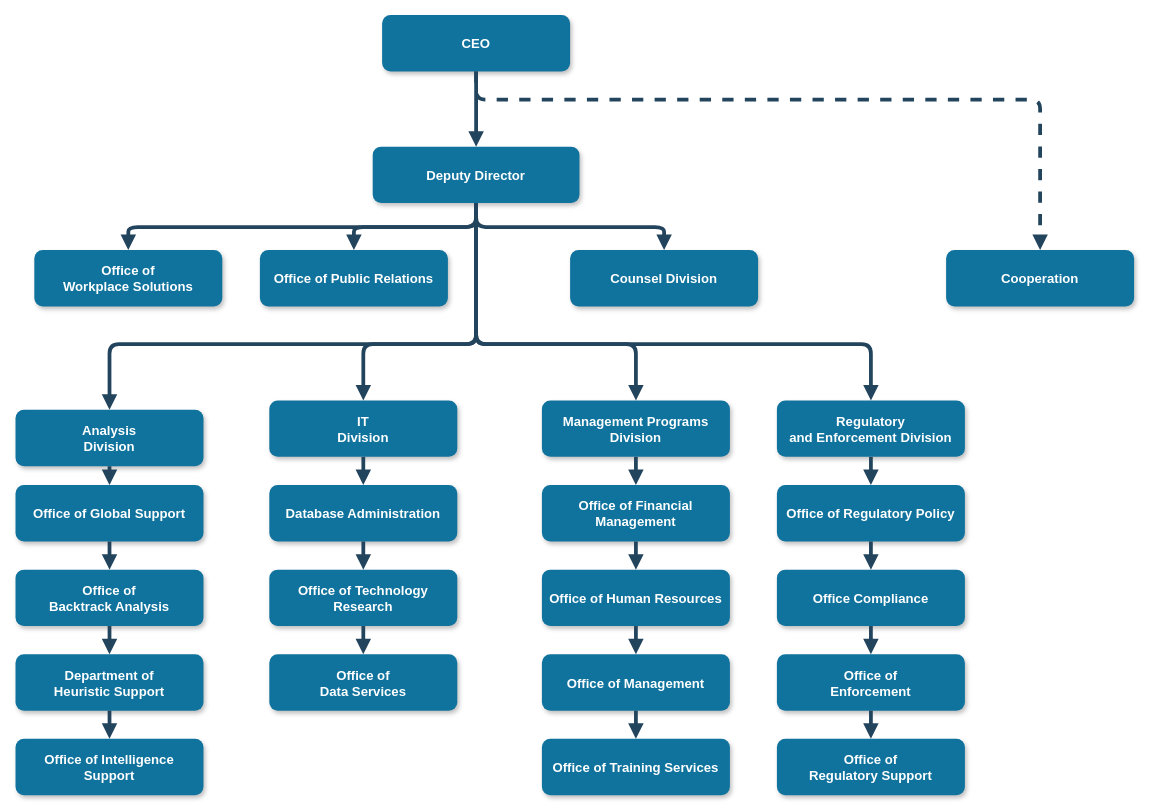
Before: Untitled Diagram.drawio in Yungdi/Yungdi.github.io, a draw.io diagram. Source tidied: cells renumbered, new cells numbered last; positions are measured from the earlier drawing's top-left corner, leaving out a move shared by most shapes. Both pictures are drawn from the tidied source at 94%, with x=0, y=0 at pixel (15, 15).
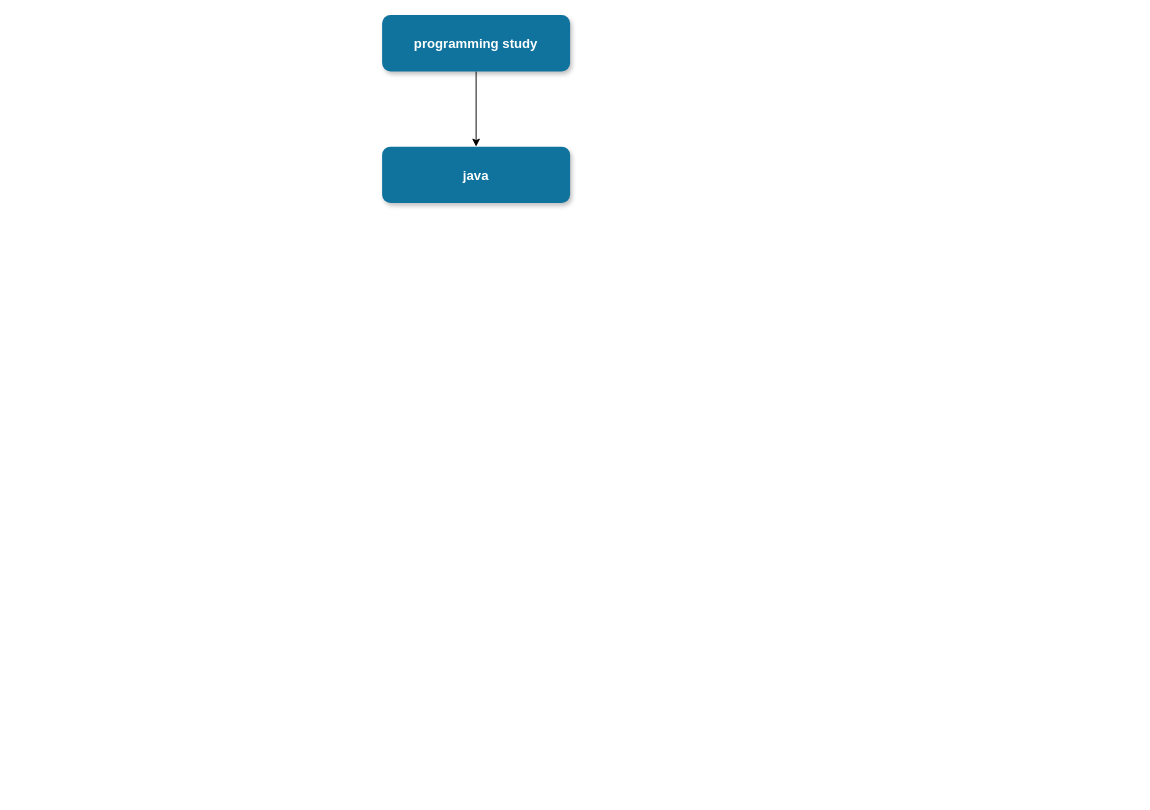
The same diagram, later.

Diff of the diagram source:
```diff
@@
+    <mxCell id="51" style="edgeStyle=orthogonalEdgeStyle;rounded=0;jettySize=auto;html=1;" parent="1" edge="1" source="2" target="52">
+      <mxGeometry relative="1" as="geometry" />
+    </mxCell>
-    <mxCell id="2" value="CEO" style="rounded=1;fillColor=#10739E;strokeColor=none;shadow=1;gradientColor=none;fontStyle=1;fontColor=#FFFFFF;fontSize=14;" parent="1" vertex="1">
+    <mxCell id="2" value="programming study" style="rounded=1;fillColor=#10739E;strokeColor=none;shadow=1;gradientColor=none;fontStyle=1;fontColor=#FFFFFF;fontSize=14;" parent="1" vertex="1">
       <mxGeometry x="390" y="-0.5" width="200" height="60" as="geometry" />
     </mxCell>
-    <mxCell id="3" value="Deputy Director" style="rounded=1;fillColor=#10739E;strokeColor=none;shadow=1;gradientColor=none;fontStyle=1;fontColor=#FFFFFF;fontSize=14;" parent="1" vertex="1">
-      <mxGeometry x="380" y="139.5" width="220" height="60" as="geometry" />
-    </mxCell>
-    <mxCell id="4" value="Office of &#10;Workplace Solutions" style="rounded=1;fillColor=#10739E;strokeColor=none;shadow=1;gradientColor=none;fontStyle=1;fontColor=#FFFFFF;fontSize=14;" parent="1" vertex="1">
-      <mxGeometry x="20" y="249.5" width="200" height="60" as="geometry" />
-    </mxCell>
-    <mxCell id="5" value="Office of Public Relations" style="rounded=1;fillColor=#10739E;strokeColor=none;shadow=1;gradientColor=none;fontStyle=1;fontColor=#FFFFFF;fontSize=14;" parent="1" vertex="1">
-      <mxGeometry x="260" y="249.5" width="200" height="60" as="geometry" />
-    </mxCell>
-    <mxCell id="6" value="Counsel Division" style="rounded=1;fillColor=#10739E;strokeColor=none;shadow=1;gradientColor=none;fontStyle=1;fontColor=#FFFFFF;fontSize=14;" parent="1" vertex="1">
-      <mxGeometry x="590" y="249.5" width="200" height="60" as="geometry" />
-    </mxCell>
-    <mxCell id="7" value="Cooperation" style="rounded=1;fillColor=#10739E;strokeColor=none;shadow=1;gradientColor=none;fontStyle=1;fontColor=#FFFFFF;fontSize=14;" parent="1" vertex="1">
-      <mxGeometry x="990" y="249.5" width="200" height="60" as="geometry" />
-    </mxCell>
-    <mxCell id="8" value="Analysis &#10;Division" style="rounded=1;fillColor=#10739E;strokeColor=none;shadow=1;gradientColor=none;fontStyle=1;fontColor=#FFFFFF;fontSize=14;" parent="1" vertex="1">
-      <mxGeometry y="419.5" width="200" height="60" as="geometry" />
-    </mxCell>
-    <mxCell id="9" value="Office of Global Support" style="rounded=1;fillColor=#10739E;strokeColor=none;shadow=1;gradientColor=none;fontStyle=1;fontColor=#FFFFFF;fontSize=14;" parent="1" vertex="1">
-      <mxGeometry y="499.5" width="200" height="60" as="geometry" />
-    </mxCell>
-    <mxCell id="10" value="Office of &#10;Backtrack Analysis" style="rounded=1;fillColor=#10739E;strokeColor=none;shadow=1;gradientColor=none;fontStyle=1;fontColor=#FFFFFF;fontSize=14;" parent="1" vertex="1">
-      <mxGeometry y="589.5" width="200" height="60" as="geometry" />
-    </mxCell>
-    <mxCell id="11" value="Department of &#10;Heuristic Support" style="rounded=1;fillColor=#10739E;strokeColor=none;shadow=1;gradientColor=none;fontStyle=1;fontColor=#FFFFFF;fontSize=14;" parent="1" vertex="1">
-      <mxGeometry y="679.5" width="200" height="60" as="geometry" />
-    </mxCell>
-    <mxCell id="12" value="Office of Intelligence &#10;Support" style="rounded=1;fillColor=#10739E;strokeColor=none;shadow=1;gradientColor=none;fontStyle=1;fontColor=#FFFFFF;fontSize=14;" parent="1" vertex="1">
-      <mxGeometry y="769.5" width="200" height="60" as="geometry" />
-    </mxCell>
-    <mxCell id="13" value="IT&#10;Division" style="rounded=1;fillColor=#10739E;strokeColor=none;shadow=1;gradientColor=none;fontStyle=1;fontColor=#FFFFFF;fontSize=14;" parent="1" vertex="1">
-      <mxGeometry x="270" y="409.5" width="200" height="60" as="geometry" />
-    </mxCell>
-    <mxCell id="14" value="Database Administration" style="rounded=1;fillColor=#10739E;strokeColor=none;shadow=1;gradientColor=none;fontStyle=1;fontColor=#FFFFFF;fontSize=14;" parent="1" vertex="1">
-      <mxGeometry x="270" y="499.5" width="200" height="60" as="geometry" />
-    </mxCell>
-    <mxCell id="15" value="Office of Technology &#10;Research" style="rounded=1;fillColor=#10739E;strokeColor=none;shadow=1;gradientColor=none;fontStyle=1;fontColor=#FFFFFF;fontSize=14;" parent="1" vertex="1">
-      <mxGeometry x="270" y="589.5" width="200" height="60" as="geometry" />
-    </mxCell>
-    <mxCell id="16" value="Office of&#10;Data Services" style="rounded=1;fillColor=#10739E;strokeColor=none;shadow=1;gradientColor=none;fontStyle=1;fontColor=#FFFFFF;fontSize=14;" parent="1" vertex="1">
-      <mxGeometry x="270" y="679.5" width="200" height="60" as="geometry" />
-    </mxCell>
-    <mxCell id="17" value="Management Programs &#10;Division" style="rounded=1;fillColor=#10739E;strokeColor=none;shadow=1;gradientColor=none;fontStyle=1;fontColor=#FFFFFF;fontSize=14;" parent="1" vertex="1">
-      <mxGeometry x="560" y="409.5" width="200" height="60" as="geometry" />
-    </mxCell>
-    <mxCell id="18" value="Office of Financial &#10;Management" style="rounded=1;fillColor=#10739E;strokeColor=none;shadow=1;gradientColor=none;fontStyle=1;fontColor=#FFFFFF;fontSize=14;" parent="1" vertex="1">
-      <mxGeometry x="560" y="499.5" width="200" height="60" as="geometry" />
-    </mxCell>
-    <mxCell id="19" value="Office of Human Resources" style="rounded=1;fillColor=#10739E;strokeColor=none;shadow=1;gradientColor=none;fontStyle=1;fontColor=#FFFFFF;fontSize=14;" parent="1" vertex="1">
-      <mxGeometry x="560" y="589.5" width="200" height="60" as="geometry" />
-    </mxCell>
-    <mxCell id="20" value="Office of Management " style="rounded=1;fillColor=#10739E;strokeColor=none;shadow=1;gradientColor=none;fontStyle=1;fontColor=#FFFFFF;fontSize=14;" parent="1" vertex="1">
-      <mxGeometry x="560" y="679.5" width="200" height="60" as="geometry" />
-    </mxCell>
-    <mxCell id="21" value="Office of Training Services" style="rounded=1;fillColor=#10739E;strokeColor=none;shadow=1;gradientColor=none;fontStyle=1;fontColor=#FFFFFF;fontSize=14;" parent="1" vertex="1">
-      <mxGeometry x="560" y="769.5" width="200" height="60" as="geometry" />
-    </mxCell>
-    <mxCell id="22" value="Regulatory &#10;and Enforcement Division" style="rounded=1;fillColor=#10739E;strokeColor=none;shadow=1;gradientColor=none;fontStyle=1;fontColor=#FFFFFF;fontSize=14;" parent="1" vertex="1">
-      <mxGeometry x="810" y="409.5" width="200" height="60" as="geometry" />
-    </mxCell>
-    <mxCell id="23" value="Office of Regulatory Policy" style="rounded=1;fillColor=#10739E;strokeColor=none;shadow=1;gradientColor=none;fontStyle=1;fontColor=#FFFFFF;fontSize=14;" parent="1" vertex="1">
-      <mxGeometry x="810" y="499.5" width="200" height="60" as="geometry" />
-    </mxCell>
-    <mxCell id="24" value="Office Compliance" style="rounded=1;fillColor=#10739E;strokeColor=none;shadow=1;gradientColor=none;fontStyle=1;fontColor=#FFFFFF;fontSize=14;" parent="1" vertex="1">
-      <mxGeometry x="810" y="589.5" width="200" height="60" as="geometry" />
-    </mxCell>
-    <mxCell id="25" value="Office of &#10;Enforcement" style="rounded=1;fillColor=#10739E;strokeColor=none;shadow=1;gradientColor=none;fontStyle=1;fontColor=#FFFFFF;fontSize=14;" parent="1" vertex="1">
-      <mxGeometry x="810" y="679.5" width="200" height="60" as="geometry" />
-    </mxCell>
-    <mxCell id="26" value="Office of&#10; Regulatory Support" style="rounded=1;fillColor=#10739E;strokeColor=none;shadow=1;gradientColor=none;fontStyle=1;fontColor=#FFFFFF;fontSize=14;" parent="1" vertex="1">
-      <mxGeometry x="810" y="769.5" width="200" height="60" as="geometry" />
-    </mxCell>
-    <mxCell id="27" style="edgeStyle=elbowEdgeStyle;elbow=vertical;strokeWidth=4;endArrow=block;endFill=1;fontStyle=1;strokeColor=#23445D;" parent="1" edge="1" source="2" target="3">
-      <mxGeometry x="22" y="165.5" as="geometry" />
-    </mxCell>
-    <mxCell id="28" style="edgeStyle=elbowEdgeStyle;elbow=vertical;strokeWidth=4;endArrow=block;endFill=1;fontStyle=1;strokeColor=#23445D;" parent="1" edge="1" source="3" target="5">
-      <mxGeometry x="22" y="165.5" as="geometry" />
-    </mxCell>
-    <mxCell id="29" style="edgeStyle=elbowEdgeStyle;elbow=vertical;strokeWidth=4;endArrow=block;endFill=1;fontStyle=1;strokeColor=#23445D;" parent="1" edge="1" source="3" target="4">
-      <mxGeometry x="22" y="165.5" as="geometry" />
-    </mxCell>
-    <mxCell id="30" style="edgeStyle=elbowEdgeStyle;elbow=vertical;strokeWidth=4;endArrow=block;endFill=1;fontStyle=1;strokeColor=#23445D;" parent="1" edge="1" source="3" target="6">
-      <mxGeometry x="22" y="165.5" as="geometry" />
-    </mxCell>
-    <mxCell id="31" style="edgeStyle=elbowEdgeStyle;elbow=vertical;strokeWidth=4;endArrow=block;endFill=1;fontStyle=1;dashed=1;strokeColor=#23445D;" parent="1" edge="1" source="2" target="7">
-      <mxGeometry x="22" y="165.5" as="geometry">
-        <Array as="points">
-          <mxPoint x="780" y="89.5" />
-        </Array>
-      </mxGeometry>
-    </mxCell>
-    <mxCell id="32" style="edgeStyle=elbowEdgeStyle;elbow=vertical;strokeWidth=4;endArrow=block;endFill=1;fontStyle=1;strokeColor=#23445D;" parent="1" edge="1" source="3" target="8">
-      <mxGeometry x="22" y="165.5" as="geometry">
-        <Array as="points">
-          <mxPoint x="270" y="349.5" />
-        </Array>
-      </mxGeometry>
-    </mxCell>
-    <mxCell id="33" style="edgeStyle=elbowEdgeStyle;elbow=vertical;strokeWidth=4;endArrow=block;endFill=1;fontStyle=1;strokeColor=#23445D;" parent="1" edge="1" source="3" target="22">
-      <mxGeometry x="22" y="165.5" as="geometry">
-        <Array as="points">
-          <mxPoint x="690" y="349.5" />
-        </Array>
-      </mxGeometry>
-    </mxCell>
-    <mxCell id="34" style="edgeStyle=elbowEdgeStyle;elbow=vertical;strokeWidth=4;endArrow=block;endFill=1;fontStyle=1;strokeColor=#23445D;" parent="1" edge="1" source="8" target="9">
-      <mxGeometry x="62" y="165.5" as="geometry" />
-    </mxCell>
-    <mxCell id="35" style="edgeStyle=elbowEdgeStyle;elbow=vertical;strokeWidth=4;endArrow=block;endFill=1;fontStyle=1;strokeColor=#23445D;" parent="1" edge="1" source="9" target="10">
-      <mxGeometry x="62" y="175.5" as="geometry" />
-    </mxCell>
-    <mxCell id="36" style="edgeStyle=elbowEdgeStyle;elbow=vertical;strokeWidth=4;endArrow=block;endFill=1;fontStyle=1;strokeColor=#23445D;" parent="1" edge="1" source="10" target="11">
-      <mxGeometry x="62" y="185.5" as="geometry" />
-    </mxCell>
-    <mxCell id="37" style="edgeStyle=elbowEdgeStyle;elbow=vertical;strokeWidth=4;endArrow=block;endFill=1;fontStyle=1;strokeColor=#23445D;" parent="1" edge="1" source="11" target="12">
-      <mxGeometry x="62" y="195.5" as="geometry" />
-    </mxCell>
-    <mxCell id="38" style="edgeStyle=elbowEdgeStyle;elbow=vertical;strokeWidth=4;endArrow=block;endFill=1;fontStyle=1;strokeColor=#23445D;" parent="1" edge="1" source="13" target="14">
-      <mxGeometry x="62" y="165.5" as="geometry" />
-    </mxCell>
-    <mxCell id="39" style="edgeStyle=elbowEdgeStyle;elbow=vertical;strokeWidth=4;endArrow=block;endFill=1;fontStyle=1;strokeColor=#23445D;" parent="1" edge="1" source="14" target="15">
-      <mxGeometry x="62" y="175.5" as="geometry" />
-    </mxCell>
-    <mxCell id="40" style="edgeStyle=elbowEdgeStyle;elbow=vertical;strokeWidth=4;endArrow=block;endFill=1;fontStyle=1;strokeColor=#23445D;" parent="1" edge="1" source="15" target="16">
-      <mxGeometry x="62" y="185.5" as="geometry" />
-    </mxCell>
-    <mxCell id="41" style="edgeStyle=elbowEdgeStyle;elbow=vertical;strokeWidth=4;endArrow=block;endFill=1;fontStyle=1;strokeColor=#23445D;" parent="1" edge="1" source="17" target="18">
-      <mxGeometry x="72" y="165.5" as="geometry" />
-    </mxCell>
-    <mxCell id="42" style="edgeStyle=elbowEdgeStyle;elbow=vertical;strokeWidth=4;endArrow=block;endFill=1;fontStyle=1;strokeColor=#23445D;" parent="1" edge="1" source="18" target="19">
-      <mxGeometry x="72" y="175.5" as="geometry" />
-    </mxCell>
-    <mxCell id="43" style="edgeStyle=elbowEdgeStyle;elbow=vertical;strokeWidth=4;endArrow=block;endFill=1;fontStyle=1;strokeColor=#23445D;" parent="1" edge="1" source="19" target="20">
-      <mxGeometry x="72" y="185.5" as="geometry" />
-    </mxCell>
-    <mxCell id="44" style="edgeStyle=elbowEdgeStyle;elbow=vertical;strokeWidth=4;endArrow=block;endFill=1;fontStyle=1;strokeColor=#23445D;" parent="1" edge="1" source="20" target="21">
-      <mxGeometry x="72" y="195.5" as="geometry" />
-    </mxCell>
-    <mxCell id="45" style="edgeStyle=elbowEdgeStyle;elbow=vertical;strokeWidth=4;endArrow=block;endFill=1;fontStyle=1;strokeColor=#23445D;" parent="1" edge="1" source="22" target="23">
-      <mxGeometry x="72" y="165.5" as="geometry" />
-    </mxCell>
-    <mxCell id="46" style="edgeStyle=elbowEdgeStyle;elbow=vertical;strokeWidth=4;endArrow=block;endFill=1;fontStyle=1;strokeColor=#23445D;" parent="1" edge="1" source="23" target="24">
-      <mxGeometry x="72" y="175.5" as="geometry" />
-    </mxCell>
-    <mxCell id="47" style="edgeStyle=elbowEdgeStyle;elbow=vertical;strokeWidth=4;endArrow=block;endFill=1;fontStyle=1;strokeColor=#23445D;" parent="1" edge="1" source="24" target="25">
-      <mxGeometry x="72" y="185.5" as="geometry" />
-    </mxCell>
-    <mxCell id="48" style="edgeStyle=elbowEdgeStyle;elbow=vertical;strokeWidth=4;endArrow=block;endFill=1;fontStyle=1;strokeColor=#23445D;" parent="1" edge="1" source="25" target="26">
-      <mxGeometry x="72" y="195.5" as="geometry" />
-    </mxCell>
-    <mxCell id="49" style="edgeStyle=elbowEdgeStyle;elbow=vertical;strokeWidth=4;endArrow=block;endFill=1;fontStyle=1;strokeColor=#23445D;" parent="1" edge="1" source="3" target="13">
-      <mxGeometry x="22" y="165.5" as="geometry">
-        <Array as="points">
-          <mxPoint x="370" y="349.5" />
-        </Array>
-      </mxGeometry>
-    </mxCell>
-    <mxCell id="50" style="edgeStyle=elbowEdgeStyle;elbow=vertical;strokeWidth=4;endArrow=block;endFill=1;fontStyle=1;strokeColor=#23445D;" parent="1" edge="1" source="3" target="17">
-      <mxGeometry x="22" y="165.5" as="geometry">
-        <Array as="points">
-          <mxPoint x="660" y="349.5" />
-        </Array>
-      </mxGeometry>
-    </mxCell>
+    <mxCell id="52" value="java" style="rounded=1;fillColor=#10739E;strokeColor=none;shadow=1;gradientColor=none;fontStyle=1;fontColor=#FFFFFF;fontSize=14;" parent="1" vertex="1">
+      <mxGeometry x="390" y="139.5" width="200" height="60" as="geometry" />
+    </mxCell>
```
